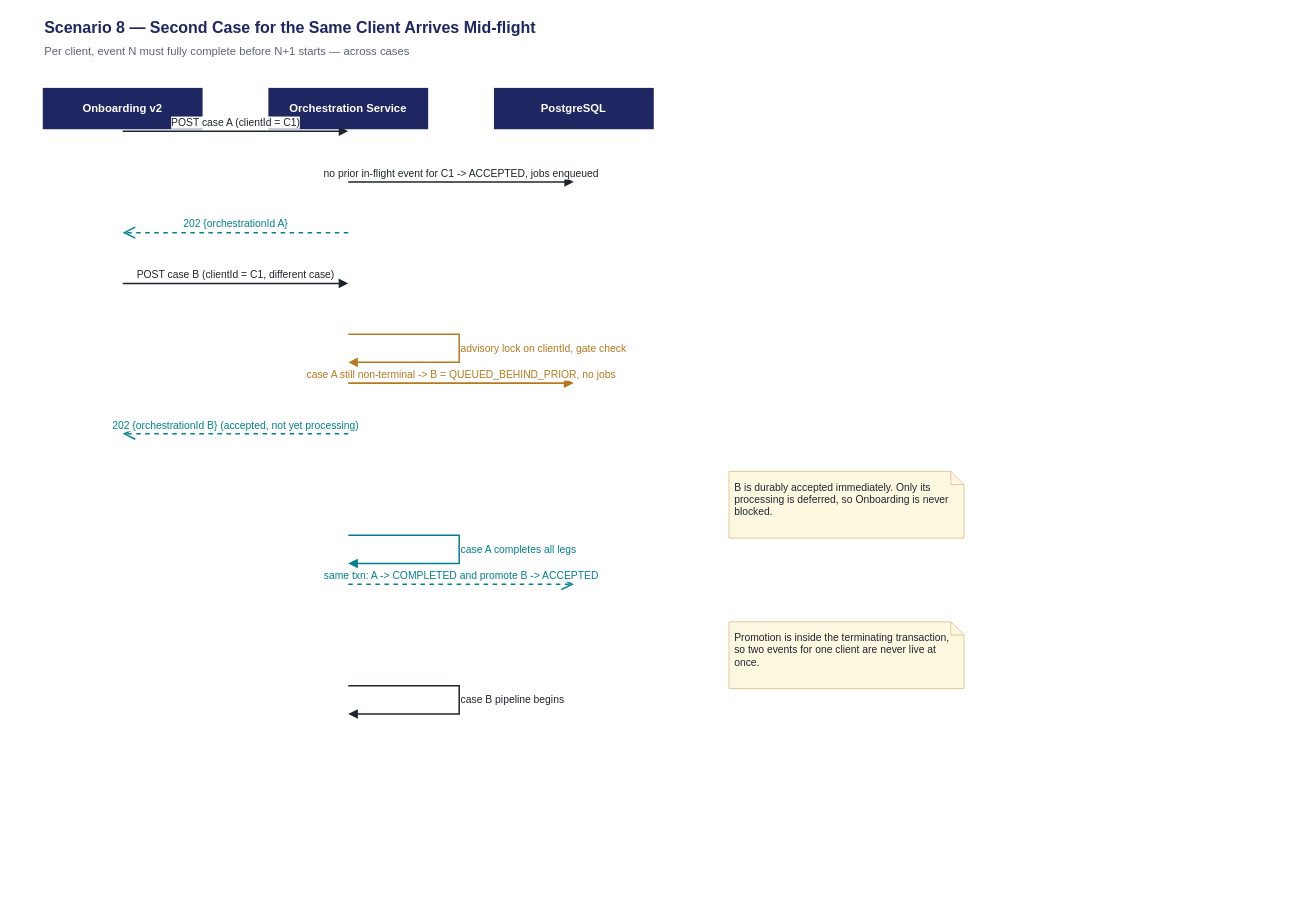
raghavarapuprabhat/AIAGents keeps this draw.io diagram as page "8. Client ordering hold" (8 of 14) of onboarding-orchestration-scenarios.drawio. Above is the earlier version. Source tidied: cells renumbered, new cells numbered last; positions are measured from the earlier drawing's top-left corner, leaving out a move shared by most shapes. Both pictures are drawn from the tidied source at 94%, with x=0, y=0 at pixel (42, 16).
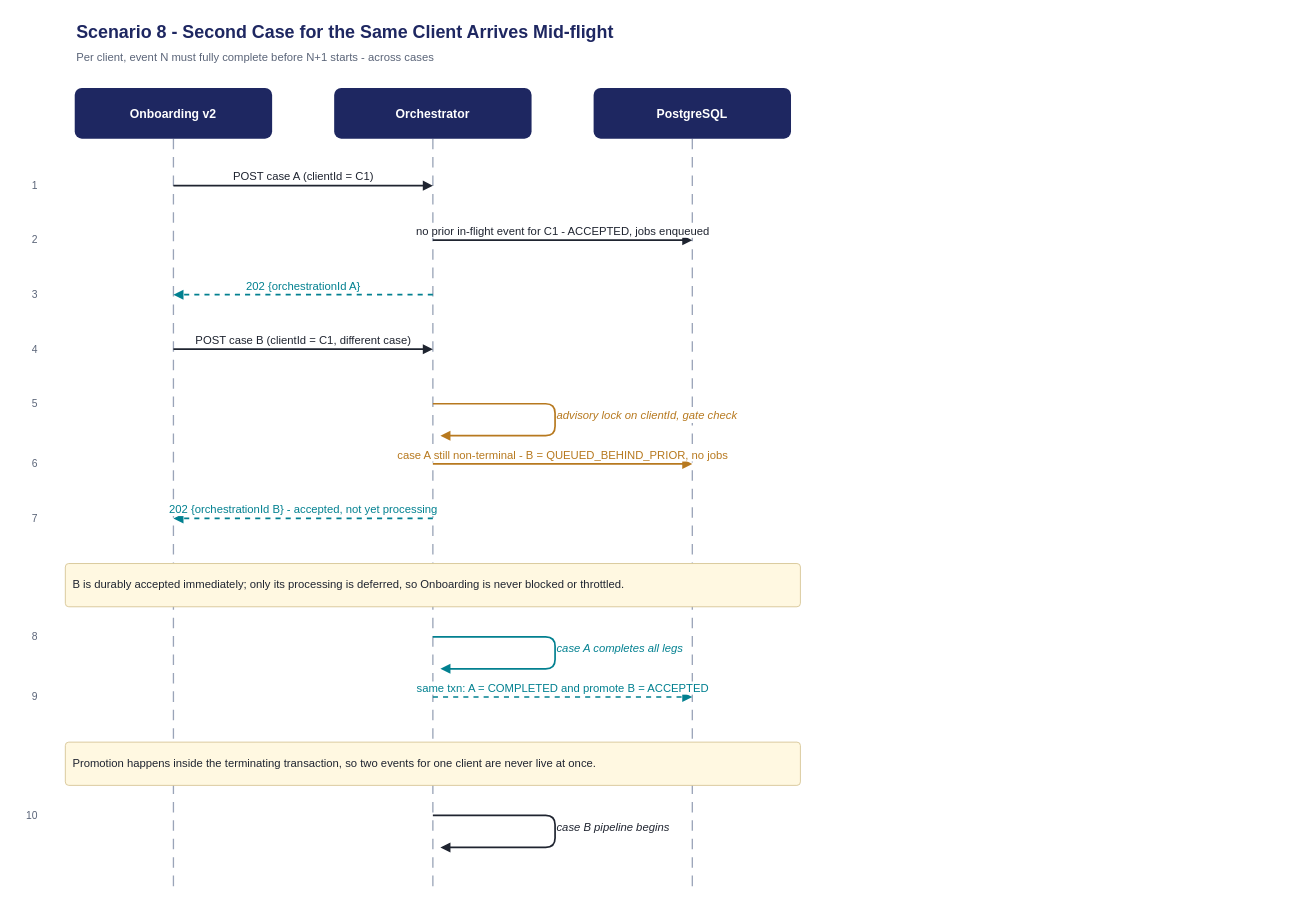
Above is the later version.

Change to the diagram source:
```diff
@@
-    <mxCell id="2" value="Scenario 8 — Second Case for the Same Client Arrives Mid-flight" style="text;html=1;strokeColor=none;fillColor=none;align=left;verticalAlign=middle;fontSize=17;fontStyle=1;fontColor=#1E2761;" parent="1" vertex="1">
-      <mxGeometry width="900" height="26" as="geometry" />
-    </mxCell>
-    <mxCell id="3" value="Per client, event N must fully complete before N+1 starts — across cases" style="text;html=1;strokeColor=none;fillColor=none;align=left;verticalAlign=middle;fontSize=12;fontColor=#5A6478;" parent="1" vertex="1">
-      <mxGeometry y="28" width="1000" height="20" as="geometry" />
-    </mxCell>
+    <mxCell id="19" value="Scenario 8 - Second Case for the Same Client Arrives Mid-flight" style="text;html=1;strokeColor=none;fillColor=none;align=left;verticalAlign=middle;fontSize=19;fontStyle=1;fontColor=#1E2761;" parent="1" vertex="1">
+      <mxGeometry x="34" y="4" width="1200" height="26" as="geometry" />
+    </mxCell>
+    <mxCell id="20" value="Per client, event N must fully complete before N+1 starts - across cases" style="text;html=1;strokeColor=none;fillColor=none;align=left;verticalAlign=middle;fontSize=12;fontColor=#5A6478;" parent="1" vertex="1">
+      <mxGeometry x="34" y="34" width="1300" height="20" as="geometry" />
+    </mxCell>
+    <mxCell id="21" style="endArrow=none;html=1;dashed=1;dashPattern=8 6;strokeWidth=1.4;strokeColor=#9AA4B8;" parent="1" edge="1">
+      <mxGeometry relative="1" as="geometry">
+        <mxPoint x="139" y="130" as="sourcePoint" />
+        <mxPoint x="139" y="930" as="targetPoint" />
+      </mxGeometry>
+    </mxCell>
-    <mxCell id="4" value="Onboarding v2" style="shape=umlLifeline;perimeter=lifelinePerimeter;whiteSpace=wrap;html=1;size=44;fillColor=#1E2761;strokeColor=none;fontColor=#ffffff;fontSize=12;fontStyle=1;verticalAlign=middle;align=center;" parent="1" vertex="1">
-      <mxGeometry y="76" width="170" height="718" as="geometry" />
+    <mxCell id="4" value="Onboarding v2" style="rounded=1;arcSize=14;whiteSpace=wrap;html=1;fillColor=#1E2761;strokeColor=none;fontColor=#ffffff;fontSize=13;fontStyle=1;verticalAlign=middle;align=center;" parent="1" vertex="1">
+      <mxGeometry x="34" y="76" width="210" height="54" as="geometry" />
     </mxCell>
-    <mxCell id="5" value="Orchestration Service" style="shape=umlLifeline;perimeter=lifelinePerimeter;whiteSpace=wrap;html=1;size=44;fillColor=#1E2761;strokeColor=none;fontColor=#ffffff;fontSize=12;fontStyle=1;verticalAlign=middle;align=center;" parent="1" vertex="1">
-      <mxGeometry x="240" y="76" width="170" height="718" as="geometry" />
-    </mxCell>
+    <mxCell id="22" style="endArrow=none;html=1;dashed=1;dashPattern=8 6;strokeWidth=1.4;strokeColor=#9AA4B8;" parent="1" edge="1">
+      <mxGeometry relative="1" as="geometry">
+        <mxPoint x="415" y="130" as="sourcePoint" />
+        <mxPoint x="415" y="930" as="targetPoint" />
+      </mxGeometry>
+    </mxCell>
+    <mxCell id="23" value="Orchestrator" style="rounded=1;arcSize=14;whiteSpace=wrap;html=1;fillColor=#1E2761;strokeColor=none;fontColor=#ffffff;fontSize=13;fontStyle=1;verticalAlign=middle;align=center;" parent="1" vertex="1">
+      <mxGeometry x="310" y="76" width="210" height="54" as="geometry" />
+    </mxCell>
+    <mxCell id="24" style="endArrow=none;html=1;dashed=1;dashPattern=8 6;strokeWidth=1.4;strokeColor=#9AA4B8;" parent="1" edge="1">
+      <mxGeometry relative="1" as="geometry">
+        <mxPoint x="691" y="130" as="sourcePoint" />
+        <mxPoint x="691" y="930" as="targetPoint" />
+      </mxGeometry>
+    </mxCell>
-    <mxCell id="6" value="PostgreSQL" style="shape=umlLifeline;perimeter=lifelinePerimeter;whiteSpace=wrap;html=1;size=44;fillColor=#1E2761;strokeColor=none;fontColor=#ffffff;fontSize=12;fontStyle=1;verticalAlign=middle;align=center;" parent="1" vertex="1">
-      <mxGeometry x="480" y="76" width="170" height="718" as="geometry" />
+    <mxCell id="6" value="PostgreSQL" style="rounded=1;arcSize=14;whiteSpace=wrap;html=1;fillColor=#1E2761;strokeColor=none;fontColor=#ffffff;fontSize=13;fontStyle=1;verticalAlign=middle;align=center;" parent="1" vertex="1">
+      <mxGeometry x="586" y="76" width="210" height="54" as="geometry" />
     </mxCell>
-    <mxCell id="7" value="POST case A  (clientId = C1)" style="html=1;verticalAlign=bottom;align=center;fontSize=11;labelBackgroundColor=#ffffff;endArrow=block;endFill=1;strokeWidth=1.6;strokeColor=#1F2430;fontColor=#1F2430;" parent="1" edge="1">
+    <mxCell id="7" value="POST case A (clientId = C1)" style="html=1;endArrow=block;endFill=1;strokeWidth=1.8;strokeColor=#1F2430;fontColor=#1F2430;fontSize=12;labelBackgroundColor=#ffffff;verticalAlign=bottom;align=center;" parent="1" edge="1">
       <mxGeometry relative="1" as="geometry">
-        <mxPoint x="85" y="122" as="sourcePoint" />
-        <mxPoint x="325" y="122" as="targetPoint" />
+        <mxPoint x="139" y="180" as="sourcePoint" />
+        <mxPoint x="415" y="180" as="targetPoint" />
       </mxGeometry>
     </mxCell>
-    <mxCell id="8" value="no prior in-flight event for C1 -&gt; ACCEPTED, jobs enqueued" style="html=1;verticalAlign=bottom;align=center;fontSize=11;labelBackgroundColor=#ffffff;endArrow=block;endFill=1;strokeWidth=1.6;strokeColor=#1F2430;fontColor=#1F2430;" parent="1" edge="1">
-      <mxGeometry relative="1" as="geometry">
-        <mxPoint x="325" y="176" as="sourcePoint" />
-        <mxPoint x="565" y="176" as="targetPoint" />
-      </mxGeometry>
-    </mxCell>
+    <mxCell id="25" value="1" style="text;html=1;strokeColor=none;fillColor=none;align=right;verticalAlign=middle;fontSize=11;fontColor=#5A6478;" parent="1" vertex="1">
+      <mxGeometry x="-28" y="170" width="24" height="20" as="geometry" />
+    </mxCell>
+    <mxCell id="26" value="no prior in-flight event for C1 - ACCEPTED, jobs enqueued" style="html=1;endArrow=block;endFill=1;strokeWidth=1.8;strokeColor=#1F2430;fontColor=#1F2430;fontSize=12;labelBackgroundColor=#ffffff;verticalAlign=bottom;align=center;" parent="1" edge="1">
+      <mxGeometry relative="1" as="geometry">
+        <mxPoint x="415" y="238" as="sourcePoint" />
+        <mxPoint x="691" y="238" as="targetPoint" />
+      </mxGeometry>
+    </mxCell>
+    <mxCell id="27" value="2" style="text;html=1;strokeColor=none;fillColor=none;align=right;verticalAlign=middle;fontSize=11;fontColor=#5A6478;" parent="1" vertex="1">
+      <mxGeometry x="-28" y="228" width="24" height="20" as="geometry" />
+    </mxCell>
-    <mxCell id="9" value="202  {orchestrationId A}" style="html=1;verticalAlign=bottom;align=center;fontSize=11;labelBackgroundColor=#ffffff;endArrow=open;endSize=10;dashed=1;strokeWidth=1.6;strokeColor=#028090;fontColor=#028090;" parent="1" edge="1">
+    <mxCell id="9" value="202 {orchestrationId A}" style="html=1;endArrow=block;endFill=1;strokeWidth=1.8;strokeColor=#028090;fontColor=#028090;fontSize=12;dashed=1;labelBackgroundColor=#ffffff;verticalAlign=bottom;align=center;" parent="1" edge="1">
       <mxGeometry relative="1" as="geometry">
-        <mxPoint x="325" y="230" as="sourcePoint" />
-        <mxPoint x="85" y="230" as="targetPoint" />
+        <mxPoint x="415" y="296" as="sourcePoint" />
+        <mxPoint x="139" y="296" as="targetPoint" />
       </mxGeometry>
     </mxCell>
+    <mxCell id="28" value="3" style="text;html=1;strokeColor=none;fillColor=none;align=right;verticalAlign=middle;fontSize=11;fontColor=#5A6478;" parent="1" vertex="1">
+      <mxGeometry x="-28" y="286" width="24" height="20" as="geometry" />
+    </mxCell>
-    <mxCell id="10" value="POST case B  (clientId = C1, different case)" style="html=1;verticalAlign=bottom;align=center;fontSize=11;labelBackgroundColor=#ffffff;endArrow=block;endFill=1;strokeWidth=1.6;strokeColor=#1F2430;fontColor=#1F2430;" parent="1" edge="1">
+    <mxCell id="10" value="POST case B (clientId = C1, different case)" style="html=1;endArrow=block;endFill=1;strokeWidth=1.8;strokeColor=#1F2430;fontColor=#1F2430;fontSize=12;labelBackgroundColor=#ffffff;verticalAlign=bottom;align=center;" parent="1" edge="1">
       <mxGeometry relative="1" as="geometry">
-        <mxPoint x="85" y="284" as="sourcePoint" />
-        <mxPoint x="325" y="284" as="targetPoint" />
+        <mxPoint x="139" y="354" as="sourcePoint" />
+        <mxPoint x="415" y="354" as="targetPoint" />
       </mxGeometry>
     </mxCell>
+    <mxCell id="29" value="4" style="text;html=1;strokeColor=none;fillColor=none;align=right;verticalAlign=middle;fontSize=11;fontColor=#5A6478;" parent="1" vertex="1">
+      <mxGeometry x="-28" y="344" width="24" height="20" as="geometry" />
+    </mxCell>
-    <mxCell id="11" value="advisory lock on clientId, gate check" style="edgeStyle=orthogonalEdgeStyle;rounded=0;html=1;endArrow=block;endFill=1;strokeWidth=1.6;strokeColor=#B7791F;fontColor=#B7791F;fontSize=11;labelBackgroundColor=#ffffff;align=left;verticalAlign=middle;" parent="1" edge="1">
+    <mxCell id="11" value="advisory lock on clientId, gate check" style="edgeStyle=orthogonalEdgeStyle;rounded=1;html=1;endArrow=block;endFill=1;strokeWidth=1.8;strokeColor=#B7791F;fontColor=#B7791F;fontSize=12;fontStyle=2;labelBackgroundColor=#ffffff;align=left;verticalAlign=middle;" parent="1" edge="1">
       <mxGeometry relative="1" as="geometry">
-        <mxPoint x="325" y="338" as="sourcePoint" />
-        <mxPoint x="325" y="368" as="targetPoint" />
+        <mxPoint x="415" y="412" as="sourcePoint" />
+        <mxPoint x="423" y="446" as="targetPoint" />
         <Array as="points">
-          <mxPoint x="443" y="338" />
-          <mxPoint x="443" y="368" />
+          <mxPoint x="545" y="412" />
+          <mxPoint x="545" y="446" />
         </Array>
       </mxGeometry>
     </mxCell>
-    <mxCell id="12" value="case A still non-terminal -&gt; B = QUEUED_BEHIND_PRIOR, no jobs" style="html=1;verticalAlign=bottom;align=center;fontSize=11;labelBackgroundColor=#ffffff;endArrow=block;endFill=1;strokeWidth=1.8;strokeColor=#B7791F;fontColor=#B7791F;" parent="1" edge="1">
-      <mxGeometry relative="1" as="geometry">
-        <mxPoint x="325" y="390" as="sourcePoint" />
-        <mxPoint x="565" y="390" as="targetPoint" />
-      </mxGeometry>
-    </mxCell>
-    <mxCell id="13" value="202  {orchestrationId B}   (accepted, not yet processing)" style="html=1;verticalAlign=bottom;align=center;fontSize=11;labelBackgroundColor=#ffffff;endArrow=open;endSize=10;dashed=1;strokeWidth=1.6;strokeColor=#028090;fontColor=#028090;" parent="1" edge="1">
-      <mxGeometry relative="1" as="geometry">
-        <mxPoint x="325" y="444" as="sourcePoint" />
-        <mxPoint x="85" y="444" as="targetPoint" />
-      </mxGeometry>
-    </mxCell>
-    <mxCell id="14" value="B is durably accepted immediately. Only its processing is deferred, so Onboarding is never blocked." style="shape=note;whiteSpace=wrap;html=1;size=14;fontSize=11;align=left;verticalAlign=top;fillColor=#FFF8E1;strokeColor=#D9C89A;fontColor=#1F2430;spacing=6;" parent="1" vertex="1">
-      <mxGeometry x="730" y="484" width="250" height="71" as="geometry" />
-    </mxCell>
+    <mxCell id="30" value="5" style="text;html=1;strokeColor=none;fillColor=none;align=right;verticalAlign=middle;fontSize=11;fontColor=#5A6478;" parent="1" vertex="1">
+      <mxGeometry x="-28" y="402" width="24" height="20" as="geometry" />
+    </mxCell>
+    <mxCell id="31" value="case A still non-terminal - B = QUEUED_BEHIND_PRIOR, no jobs" style="html=1;endArrow=block;endFill=1;strokeWidth=1.8;strokeColor=#B7791F;fontColor=#B7791F;fontSize=12;labelBackgroundColor=#ffffff;verticalAlign=bottom;align=center;" parent="1" edge="1">
+      <mxGeometry relative="1" as="geometry">
+        <mxPoint x="415" y="476" as="sourcePoint" />
+        <mxPoint x="691" y="476" as="targetPoint" />
+      </mxGeometry>
+    </mxCell>
+    <mxCell id="32" value="6" style="text;html=1;strokeColor=none;fillColor=none;align=right;verticalAlign=middle;fontSize=11;fontColor=#5A6478;" parent="1" vertex="1">
+      <mxGeometry x="-28" y="466" width="24" height="20" as="geometry" />
+    </mxCell>
+    <mxCell id="33" value="202 {orchestrationId B} - accepted, not yet processing" style="html=1;endArrow=block;endFill=1;strokeWidth=1.8;strokeColor=#028090;fontColor=#028090;fontSize=12;dashed=1;labelBackgroundColor=#ffffff;verticalAlign=bottom;align=center;" parent="1" edge="1">
+      <mxGeometry relative="1" as="geometry">
+        <mxPoint x="415" y="534" as="sourcePoint" />
+        <mxPoint x="139" y="534" as="targetPoint" />
+      </mxGeometry>
+    </mxCell>
+    <mxCell id="34" value="7" style="text;html=1;strokeColor=none;fillColor=none;align=right;verticalAlign=middle;fontSize=11;fontColor=#5A6478;" parent="1" vertex="1">
+      <mxGeometry x="-28" y="524" width="24" height="20" as="geometry" />
+    </mxCell>
+    <mxCell id="35" value="B is durably accepted immediately; only its processing is deferred, so Onboarding is never blocked or throttled." style="rounded=1;arcSize=8;whiteSpace=wrap;html=1;fillColor=#FFF8E1;strokeColor=#D9C89A;fontSize=12;fontColor=#1F2430;align=left;verticalAlign=middle;spacing=8;" parent="1" vertex="1">
+      <mxGeometry x="24" y="582" width="782" height="46" as="geometry" />
+    </mxCell>
-    <mxCell id="15" value="case A completes all legs" style="edgeStyle=orthogonalEdgeStyle;rounded=0;html=1;endArrow=block;endFill=1;strokeWidth=1.6;strokeColor=#028090;fontColor=#028090;fontSize=11;labelBackgroundColor=#ffffff;align=left;verticalAlign=middle;" parent="1" edge="1">
+    <mxCell id="15" value="case A completes all legs" style="edgeStyle=orthogonalEdgeStyle;rounded=1;html=1;endArrow=block;endFill=1;strokeWidth=1.8;strokeColor=#028090;fontColor=#028090;fontSize=12;fontStyle=2;labelBackgroundColor=#ffffff;align=left;verticalAlign=middle;" parent="1" edge="1">
       <mxGeometry relative="1" as="geometry">
-        <mxPoint x="325" y="552" as="sourcePoint" />
-        <mxPoint x="325" y="582" as="targetPoint" />
+        <mxPoint x="415" y="660" as="sourcePoint" />
+        <mxPoint x="423" y="694" as="targetPoint" />
         <Array as="points">
-          <mxPoint x="443" y="552" />
-          <mxPoint x="443" y="582" />
+          <mxPoint x="545" y="660" />
+          <mxPoint x="545" y="694" />
         </Array>
       </mxGeometry>
     </mxCell>
-    <mxCell id="16" value="same txn: A -&gt; COMPLETED and promote B -&gt; ACCEPTED" style="html=1;verticalAlign=bottom;align=center;fontSize=11;labelBackgroundColor=#ffffff;endArrow=open;endSize=10;dashed=1;strokeWidth=1.6;strokeColor=#028090;fontColor=#028090;" parent="1" edge="1">
-      <mxGeometry relative="1" as="geometry">
-        <mxPoint x="325" y="604" as="sourcePoint" />
-        <mxPoint x="565" y="604" as="targetPoint" />
-      </mxGeometry>
-    </mxCell>
-    <mxCell id="17" value="Promotion is inside the terminating transaction, so two events for one client are never live at once." style="shape=note;whiteSpace=wrap;html=1;size=14;fontSize=11;align=left;verticalAlign=top;fillColor=#FFF8E1;strokeColor=#D9C89A;fontColor=#1F2430;spacing=6;" parent="1" vertex="1">
-      <mxGeometry x="730" y="644" width="250" height="71" as="geometry" />
-    </mxCell>
+    <mxCell id="36" value="8" style="text;html=1;strokeColor=none;fillColor=none;align=right;verticalAlign=middle;fontSize=11;fontColor=#5A6478;" parent="1" vertex="1">
+      <mxGeometry x="-28" y="650" width="24" height="20" as="geometry" />
+    </mxCell>
+    <mxCell id="37" value="same txn: A = COMPLETED and promote B = ACCEPTED" style="html=1;endArrow=block;endFill=1;strokeWidth=1.8;strokeColor=#028090;fontColor=#028090;fontSize=12;dashed=1;labelBackgroundColor=#ffffff;verticalAlign=bottom;align=center;" parent="1" edge="1">
+      <mxGeometry relative="1" as="geometry">
+        <mxPoint x="415" y="724" as="sourcePoint" />
+        <mxPoint x="691" y="724" as="targetPoint" />
+      </mxGeometry>
+    </mxCell>
+    <mxCell id="38" value="9" style="text;html=1;strokeColor=none;fillColor=none;align=right;verticalAlign=middle;fontSize=11;fontColor=#5A6478;" parent="1" vertex="1">
+      <mxGeometry x="-28" y="714" width="24" height="20" as="geometry" />
+    </mxCell>
+    <mxCell id="39" value="Promotion happens inside the terminating transaction, so two events for one client are never live at once." style="rounded=1;arcSize=8;whiteSpace=wrap;html=1;fillColor=#FFF8E1;strokeColor=#D9C89A;fontSize=12;fontColor=#1F2430;align=left;verticalAlign=middle;spacing=8;" parent="1" vertex="1">
+      <mxGeometry x="24" y="772" width="782" height="46" as="geometry" />
+    </mxCell>
-    <mxCell id="18" value="case B pipeline begins" style="edgeStyle=orthogonalEdgeStyle;rounded=0;html=1;endArrow=block;endFill=1;strokeWidth=1.6;strokeColor=#1F2430;fontColor=#1F2430;fontSize=11;labelBackgroundColor=#ffffff;align=left;verticalAlign=middle;" parent="1" edge="1">
+    <mxCell id="18" value="case B pipeline begins" style="edgeStyle=orthogonalEdgeStyle;rounded=1;html=1;endArrow=block;endFill=1;strokeWidth=1.8;strokeColor=#1F2430;fontColor=#1F2430;fontSize=12;fontStyle=2;labelBackgroundColor=#ffffff;align=left;verticalAlign=middle;" parent="1" edge="1">
       <mxGeometry relative="1" as="geometry">
-        <mxPoint x="325" y="712" as="sourcePoint" />
-        <mxPoint x="325" y="742" as="targetPoint" />
+        <mxPoint x="415" y="850" as="sourcePoint" />
+        <mxPoint x="423" y="884" as="targetPoint" />
         <Array as="points">
-          <mxPoint x="443" y="712" />
-          <mxPoint x="443" y="742" />
+          <mxPoint x="545" y="850" />
+          <mxPoint x="545" y="884" />
         </Array>
       </mxGeometry>
     </mxCell>
+    <mxCell id="40" value="10" style="text;html=1;strokeColor=none;fillColor=none;align=right;verticalAlign=middle;fontSize=11;fontColor=#5A6478;" parent="1" vertex="1">
+      <mxGeometry x="-28" y="840" width="24" height="20" as="geometry" />
+    </mxCell>
```
